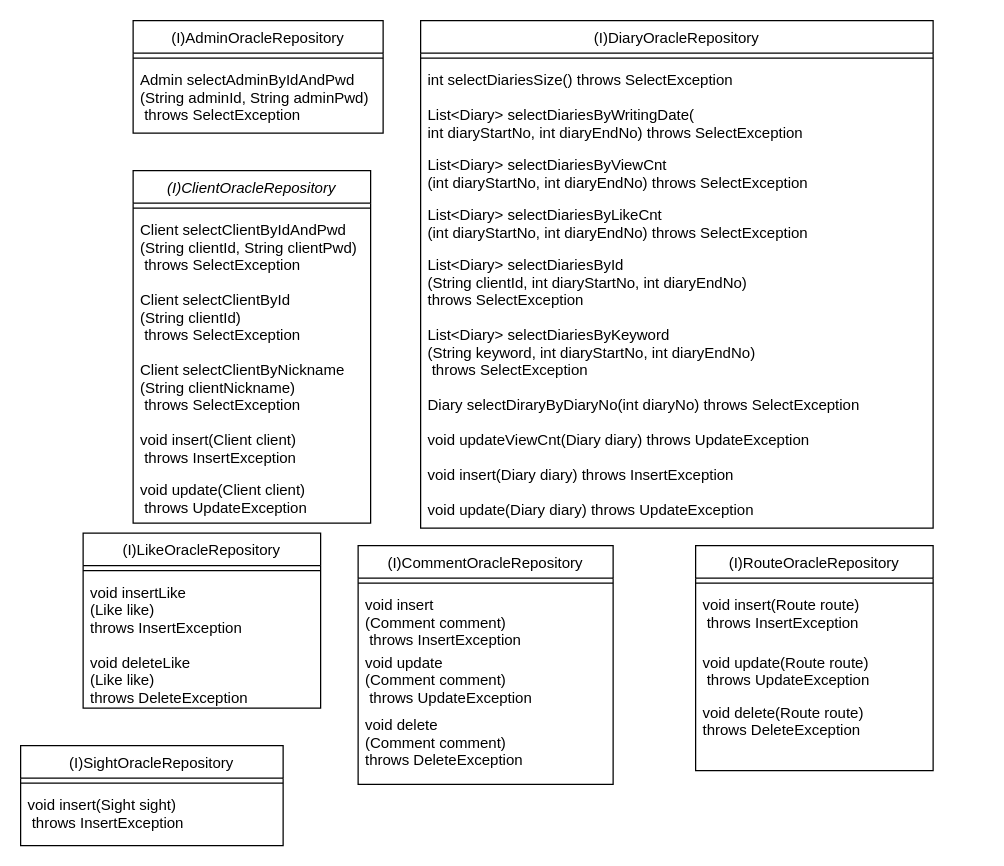
Earlier version of the draw.io diagram document/repository_class_diagram.drawio (RouteDiary/route-diary). Source tidied: cells renumbered, new cells numbered last; positions are measured from the earlier drawing's top-left corner, leaving out a move shared by most shapes. Both pictures are drawn from the tidied source at 125%, with x=0, y=0 at pixel (20, 20).
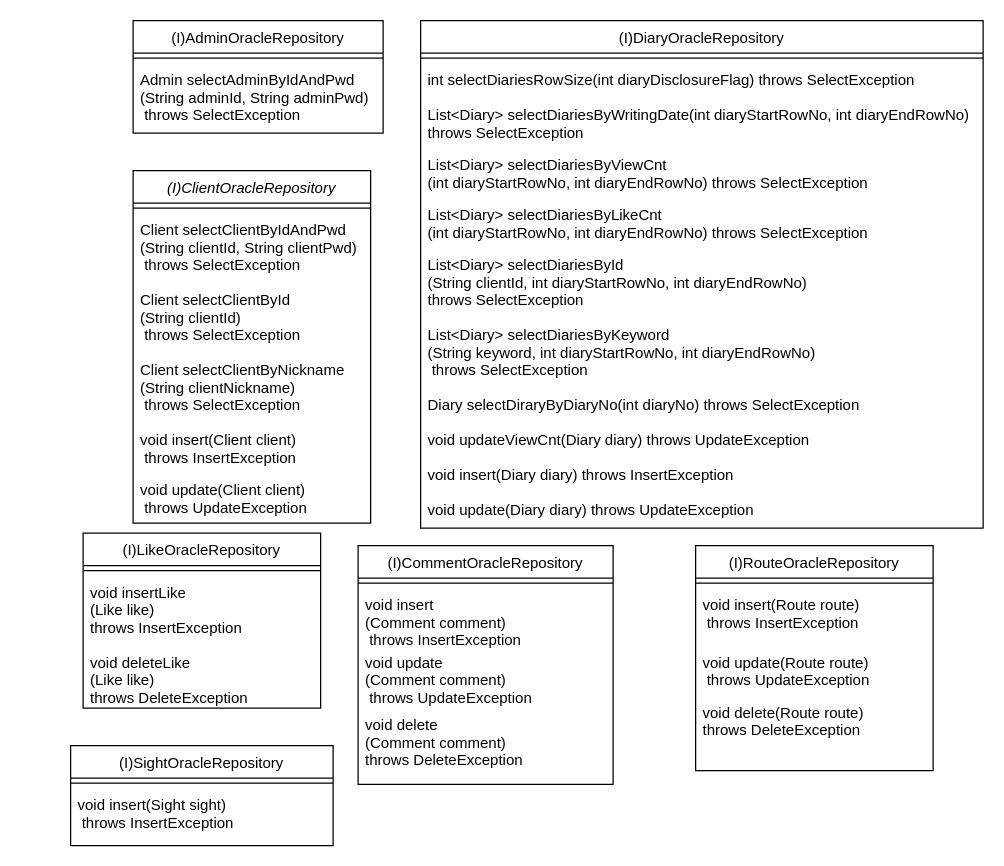
The same page after the edit.

What changed in the source:
```diff
@@
     <mxCell id="9" value="(I)DiaryOracleRepository" style="swimlane;fontStyle=0;align=center;verticalAlign=top;horizontal=1;startSize=26;rounded=0;shadow=0;strokeWidth=1;" parent="1" vertex="1">
-      <mxGeometry x="320" width="410" height="406" as="geometry" />
+      <mxGeometry x="320" width="450" height="406" as="geometry" />
     </mxCell>
     <mxCell id="10" style="line;html=1;strokeWidth=1;align=left;verticalAlign=middle;spacingTop=-1;spacingLeft=3;spacingRight=3;labelPosition=right;" parent="9" vertex="1">
-      <mxGeometry y="26" width="410" height="8" as="geometry" />
+      <mxGeometry y="26" width="450" height="8" as="geometry" />
     </mxCell>
-    <mxCell id="11" value="int selectDiariesSize() throws SelectException" style="text;align=left;verticalAlign=top;spacingLeft=4;spacingRight=4;overflow=hidden;" parent="9" vertex="1">
-      <mxGeometry y="34" width="410" height="28" as="geometry" />
+    <mxCell id="11" value="int selectDiariesRowSize(int diaryDisclosureFlag) throws SelectException" style="text;align=left;verticalAlign=top;spacingLeft=4;spacingRight=4;overflow=hidden;" parent="9" vertex="1">
+      <mxGeometry y="34" width="450" height="28" as="geometry" />
     </mxCell>
-    <mxCell id="12" value="List&lt;Diary&gt; selectDiariesByWritingDate(&#10;int diaryStartNo, int diaryEndNo) throws SelectException" style="text;align=left;verticalAlign=top;spacingLeft=4;spacingRight=4;overflow=hidden;" parent="9" vertex="1">
-      <mxGeometry y="62" width="410" height="40" as="geometry" />
+    <mxCell id="12" value="List&lt;Diary&gt; selectDiariesByWritingDate(int diaryStartRowNo, int diaryEndRowNo) &#10;throws SelectException" style="text;align=left;verticalAlign=top;spacingLeft=4;spacingRight=4;overflow=hidden;" parent="9" vertex="1">
+      <mxGeometry y="62" width="450" height="40" as="geometry" />
     </mxCell>
-    <mxCell id="13" value="List&lt;Diary&gt; selectDiariesByViewCnt&#10;(int diaryStartNo, int diaryEndNo) throws SelectException" style="text;align=left;verticalAlign=top;spacingLeft=4;spacingRight=4;overflow=hidden;" parent="9" vertex="1">
-      <mxGeometry y="102" width="410" height="40" as="geometry" />
+    <mxCell id="13" value="List&lt;Diary&gt; selectDiariesByViewCnt&#10;(int diaryStartRowNo, int diaryEndRowNo) throws SelectException" style="text;align=left;verticalAlign=top;spacingLeft=4;spacingRight=4;overflow=hidden;" parent="9" vertex="1">
+      <mxGeometry y="102" width="450" height="40" as="geometry" />
     </mxCell>
-    <mxCell id="14" value="List&lt;Diary&gt; selectDiariesByLikeCnt&#10;(int diaryStartNo, int diaryEndNo) throws SelectException" style="text;align=left;verticalAlign=top;spacingLeft=4;spacingRight=4;overflow=hidden;" parent="9" vertex="1">
-      <mxGeometry y="142" width="410" height="40" as="geometry" />
+    <mxCell id="14" value="List&lt;Diary&gt; selectDiariesByLikeCnt&#10;(int diaryStartRowNo, int diaryEndRowNo) throws SelectException" style="text;align=left;verticalAlign=top;spacingLeft=4;spacingRight=4;overflow=hidden;" parent="9" vertex="1">
+      <mxGeometry y="142" width="450" height="40" as="geometry" />
     </mxCell>
-    <mxCell id="15" value="List&lt;Diary&gt; selectDiariesById&#10;(String clientId, int diaryStartNo, int diaryEndNo)&#10;throws SelectException" style="text;align=left;verticalAlign=top;spacingLeft=4;spacingRight=4;overflow=hidden;" parent="9" vertex="1">
-      <mxGeometry y="182" width="410" height="56" as="geometry" />
+    <mxCell id="15" value="List&lt;Diary&gt; selectDiariesById&#10;(String clientId, int diaryStartRowNo, int diaryEndRowNo)&#10;throws SelectException" style="text;align=left;verticalAlign=top;spacingLeft=4;spacingRight=4;overflow=hidden;" parent="9" vertex="1">
+      <mxGeometry y="182" width="450" height="56" as="geometry" />
     </mxCell>
-    <mxCell id="16" value="List&lt;Diary&gt; selectDiariesByKeyword&#10;(String keyword, int diaryStartNo, int diaryEndNo)&#10; throws SelectException" style="text;align=left;verticalAlign=top;spacingLeft=4;spacingRight=4;overflow=hidden;" parent="9" vertex="1">
-      <mxGeometry y="238" width="410" height="56" as="geometry" />
+    <mxCell id="16" value="List&lt;Diary&gt; selectDiariesByKeyword&#10;(String keyword, int diaryStartRowNo, int diaryEndRowNo)&#10; throws SelectException" style="text;align=left;verticalAlign=top;spacingLeft=4;spacingRight=4;overflow=hidden;" parent="9" vertex="1">
+      <mxGeometry y="238" width="450" height="56" as="geometry" />
     </mxCell>
     <mxCell id="17" value="Diary selectDiraryByDiaryNo(int diaryNo) throws SelectException" style="text;align=left;verticalAlign=top;spacingLeft=4;spacingRight=4;overflow=hidden;" parent="9" vertex="1">
-      <mxGeometry y="294" width="410" height="28" as="geometry" />
+      <mxGeometry y="294" width="450" height="28" as="geometry" />
     </mxCell>
     <mxCell id="18" value="void updateViewCnt(Diary diary) throws UpdateException" style="text;align=left;verticalAlign=top;spacingLeft=4;spacingRight=4;overflow=hidden;" parent="9" vertex="1">
-      <mxGeometry y="322" width="410" height="28" as="geometry" />
+      <mxGeometry y="322" width="450" height="28" as="geometry" />
     </mxCell>
     <mxCell id="19" value="void insert(Diary diary) throws InsertException" style="text;align=left;verticalAlign=top;spacingLeft=4;spacingRight=4;overflow=hidden;" parent="9" vertex="1">
-      <mxGeometry y="350" width="410" height="28" as="geometry" />
+      <mxGeometry y="350" width="450" height="28" as="geometry" />
     </mxCell>
     <mxCell id="20" value="void update(Diary diary) throws UpdateException" style="text;align=left;verticalAlign=top;spacingLeft=4;spacingRight=4;overflow=hidden;" parent="9" vertex="1">
-      <mxGeometry y="378" width="410" height="28" as="geometry" />
+      <mxGeometry y="378" width="450" height="28" as="geometry" />
     </mxCell>
@@
     <mxCell id="38" value="(I)SightOracleRepository" style="swimlane;fontStyle=0;align=center;verticalAlign=top;horizontal=1;startSize=26;rounded=0;shadow=0;strokeWidth=1;" parent="1" vertex="1">
-      <mxGeometry y="580" width="210" height="80" as="geometry" />
+      <mxGeometry x="40" y="580" width="210" height="80" as="geometry" />
     </mxCell>
```
